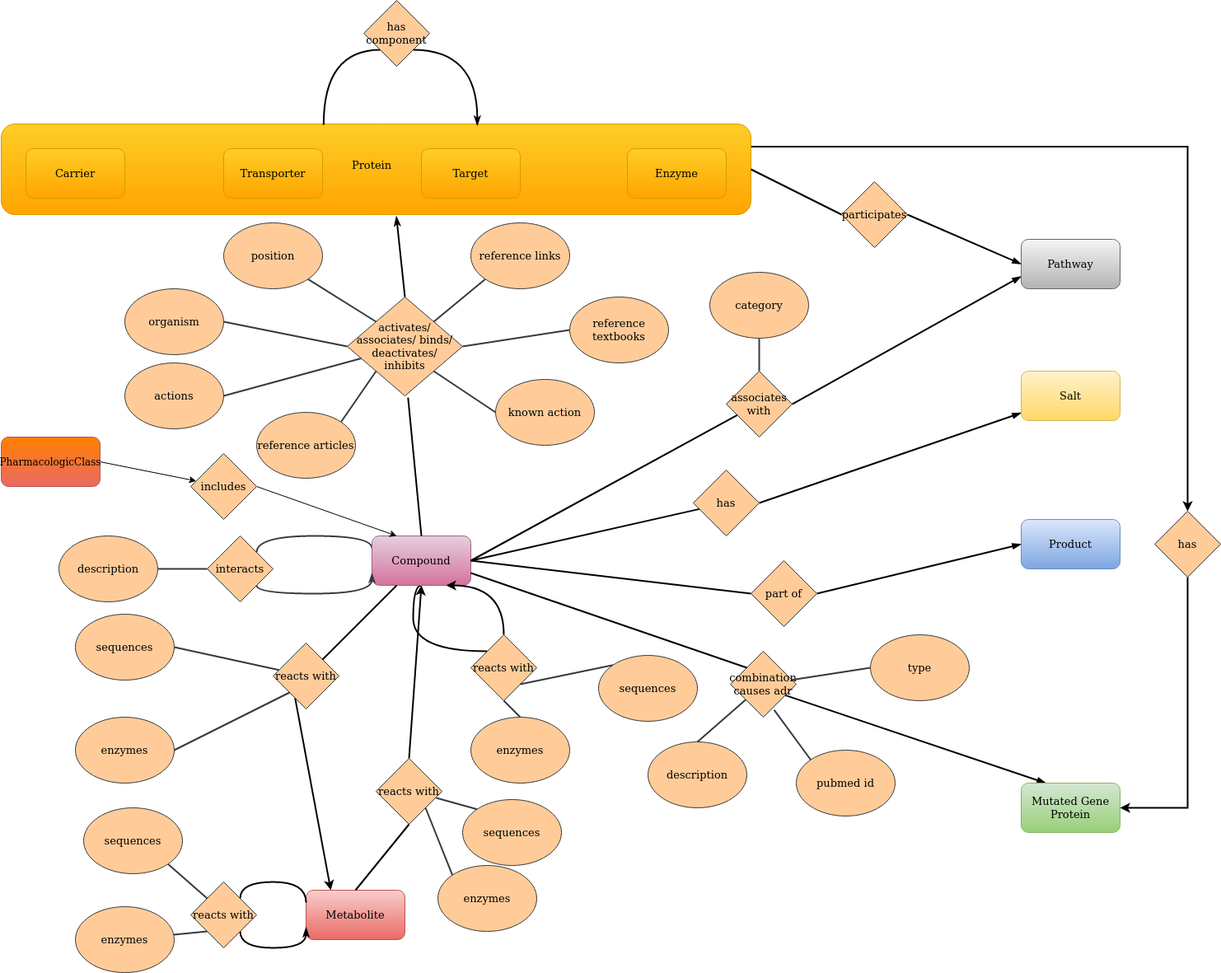
ckoenigs/PharMeBINet keeps this draw.io diagram as import_into_Neo4j/drugbank/picture/drugbank_er_rela.png. Above is the earlier version. Source tidied: cells renumbered, new cells last; positions are measured from the earlier drawing's top-left corner, leaving out a move shared by most shapes.
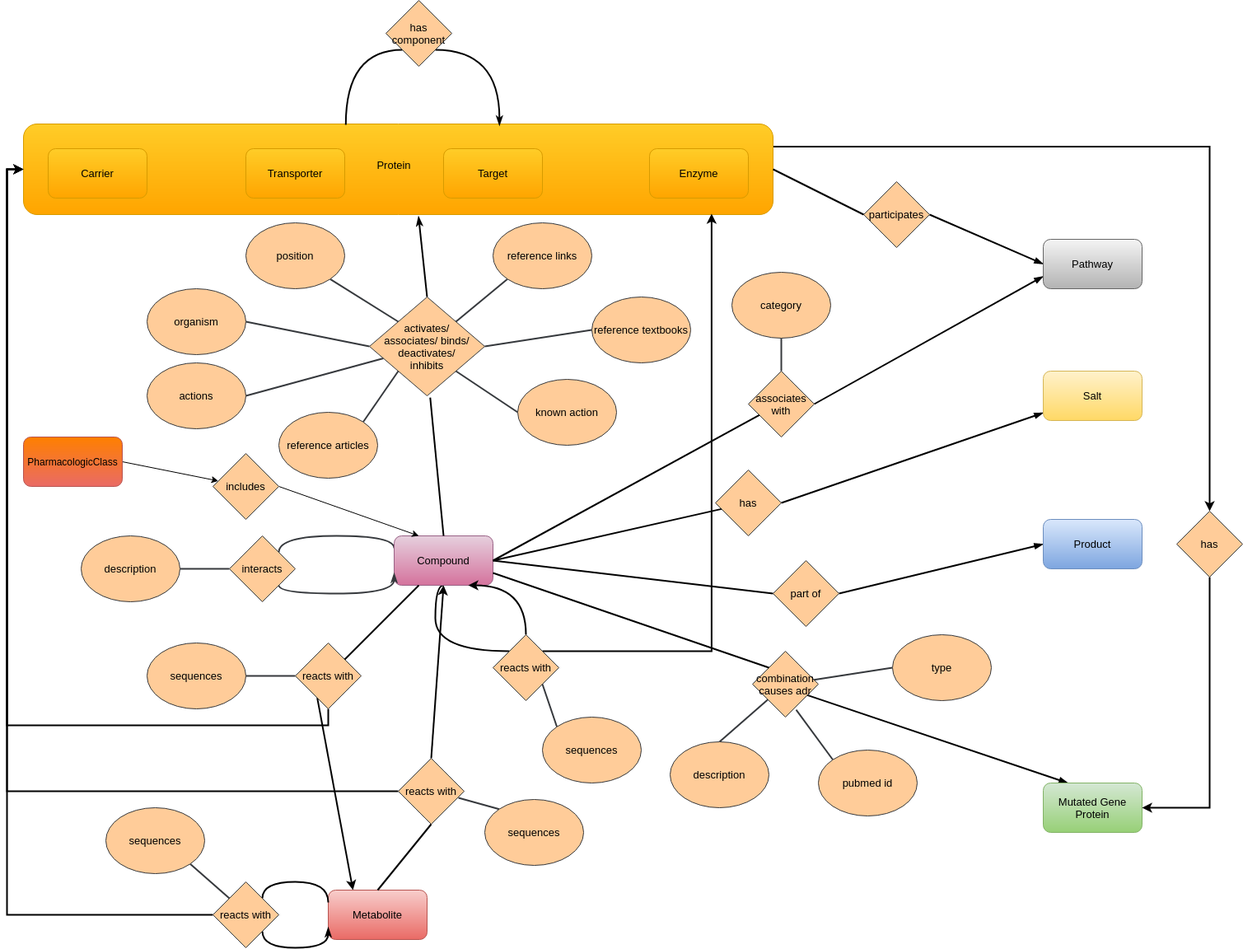
After the change.

Commit message:
update drugbank figure

Change to the diagram source:
```diff
@@ -235,12 +235,24 @@
     <mxCell id="71" value="description" style="ellipse;whiteSpace=wrap;html=1;strokeColor=#36393d;fillColor=#ffcc99;fontSize=13;" parent="1" vertex="1">
       <mxGeometry x="70" y="650" width="120" height="80" as="geometry" />
     </mxCell>
+    <mxCell id="103" style="edgeStyle=orthogonalEdgeStyle;rounded=0;jettySize=auto;html=1;exitX=0.5;exitY=1;exitDx=0;exitDy=0;entryX=0;entryY=0.5;entryDx=0;entryDy=0;strokeWidth=2;" parent="1" edge="1" source="72" target="3">
+      <mxGeometry relative="1" as="geometry">
+        <Array as="points">
+          <mxPoint x="370" y="880" />
+          <mxPoint x="-20" y="880" />
+          <mxPoint x="-20" y="205" />
+        </Array>
+      </mxGeometry>
+    </mxCell>
     <mxCell id="72" value="reacts with" style="rhombus;whiteSpace=wrap;html=1;strokeColor=#36393d;fillColor=#ffcc99;fontSize=13;" parent="1" vertex="1">
       <mxGeometry x="330" y="780" width="80" height="80" as="geometry" />
     </mxCell>
     <mxCell id="73" style="rounded=0;html=1;exitX=0.25;exitY=1;entryX=1;entryY=0;startArrow=none;startFill=0;endArrow=none;endFill=0;jettySize=auto;strokeColor=#000000;strokeWidth=2;fontSize=13;" parent="1" edge="1" source="12" target="72">
       <mxGeometry relative="1" as="geometry" />
     </mxCell>
+    <mxCell id="104" style="edgeStyle=orthogonalEdgeStyle;rounded=0;jettySize=auto;html=1;exitX=0;exitY=0.5;exitDx=0;exitDy=0;entryX=0;entryY=0.5;entryDx=0;entryDy=0;strokeWidth=2;" parent="1" edge="1" source="74" target="3">
+      <mxGeometry relative="1" as="geometry" />
+    </mxCell>
     <mxCell id="74" value="reacts with" style="rhombus;whiteSpace=wrap;html=1;strokeColor=#36393d;fillColor=#ffcc99;fontSize=13;" parent="1" vertex="1">
       <mxGeometry x="455" y="920" width="80" height="80" as="geometry" />
     </mxCell>
@@ -263,6 +275,14 @@
         </Array>
       </mxGeometry>
     </mxCell>
+    <mxCell id="105" style="edgeStyle=orthogonalEdgeStyle;rounded=0;jettySize=auto;html=1;exitX=0;exitY=0.5;exitDx=0;exitDy=0;entryX=0;entryY=0.5;entryDx=0;entryDy=0;strokeWidth=2;" parent="1" edge="1" source="78" target="3">
+      <mxGeometry relative="1" as="geometry">
+        <Array as="points">
+          <mxPoint x="-20" y="1110" />
+          <mxPoint x="-20" y="205" />
+        </Array>
+      </mxGeometry>
+    </mxCell>
     <mxCell id="78" value="reacts with" style="rhombus;whiteSpace=wrap;html=1;strokeColor=#36393d;fillColor=#ffcc99;fontSize=13;" parent="1" vertex="1">
       <mxGeometry x="230" y="1070" width="80" height="80" as="geometry" />
     </mxCell>
@@ -273,6 +293,13 @@
         </Array>
       </mxGeometry>
     </mxCell>
+    <mxCell id="106" style="edgeStyle=orthogonalEdgeStyle;rounded=0;jettySize=auto;html=1;exitX=1;exitY=0;exitDx=0;exitDy=0;entryX=0.918;entryY=0.991;entryDx=0;entryDy=0;entryPerimeter=0;strokeWidth=2;" parent="1" edge="1" source="80" target="3">
+      <mxGeometry relative="1" as="geometry">
+        <Array as="points">
+          <mxPoint x="835" y="790" />
+        </Array>
+      </mxGeometry>
+    </mxCell>
     <mxCell id="80" value="reacts with" style="rhombus;whiteSpace=wrap;html=1;strokeColor=#36393d;fillColor=#ffcc99;fontSize=13;" parent="1" vertex="1">
       <mxGeometry x="570" y="770" width="80" height="80" as="geometry" />
     </mxCell>
@@ -280,50 +307,26 @@
       <mxGeometry relative="1" as="geometry" />
     </mxCell>
     <mxCell id="82" value="sequences" style="ellipse;whiteSpace=wrap;html=1;strokeColor=#36393d;fillColor=#ffcc99;fontSize=13;" parent="1" vertex="1">
-      <mxGeometry x="725" y="795" width="120" height="80" as="geometry" />
+      <mxGeometry x="630" y="870" width="120" height="80" as="geometry" />
     </mxCell>
-    <mxCell id="83" style="rounded=0;html=1;exitX=0.5;exitY=0;entryX=0.5;entryY=1;startArrow=none;startFill=0;endArrow=none;endFill=0;jettySize=auto;strokeColor=#36393d;strokeWidth=2;fontSize=13;fillColor=#ffcc99;" parent="1" edge="1" source="84" target="80">
-      <mxGeometry relative="1" as="geometry" />
-    </mxCell>
-    <mxCell id="84" value="enzymes" style="ellipse;whiteSpace=wrap;html=1;strokeColor=#36393d;fillColor=#ffcc99;fontSize=13;" parent="1" vertex="1">
-      <mxGeometry x="570" y="870" width="120" height="80" as="geometry" />
-    </mxCell>
     <mxCell id="85" style="rounded=0;html=1;exitX=0;exitY=0;entryX=0.913;entryY=0.6;entryPerimeter=0;startArrow=none;startFill=0;endArrow=none;endFill=0;jettySize=auto;strokeColor=#36393d;strokeWidth=2;fontSize=13;fillColor=#ffcc99;" parent="1" edge="1" source="86" target="74">
       <mxGeometry relative="1" as="geometry" />
     </mxCell>
     <mxCell id="86" value="sequences" style="ellipse;whiteSpace=wrap;html=1;strokeColor=#36393d;fillColor=#ffcc99;fontSize=13;" parent="1" vertex="1">
       <mxGeometry x="560" y="970" width="120" height="80" as="geometry" />
     </mxCell>
-    <mxCell id="87" style="rounded=0;html=1;exitX=0;exitY=0;entryX=1;entryY=1;startArrow=none;startFill=0;endArrow=none;endFill=0;jettySize=auto;strokeColor=#36393d;strokeWidth=2;fontSize=13;fillColor=#ffcc99;" parent="1" edge="1" source="88" target="74">
-      <mxGeometry relative="1" as="geometry" />
-    </mxCell>
-    <mxCell id="88" value="enzymes" style="ellipse;whiteSpace=wrap;html=1;strokeColor=#36393d;fillColor=#ffcc99;fontSize=13;" parent="1" vertex="1">
-      <mxGeometry x="530" y="1050" width="120" height="80" as="geometry" />
-    </mxCell>
     <mxCell id="89" style="rounded=0;html=1;exitX=1;exitY=0.5;startArrow=none;startFill=0;endArrow=none;endFill=0;jettySize=auto;strokeColor=#36393d;strokeWidth=2;fontSize=13;fillColor=#ffcc99;" parent="1" edge="1" source="90" target="72">
       <mxGeometry relative="1" as="geometry" />
     </mxCell>
     <mxCell id="90" value="sequences" style="ellipse;whiteSpace=wrap;html=1;strokeColor=#36393d;fillColor=#ffcc99;fontSize=13;" parent="1" vertex="1">
-      <mxGeometry x="90" y="745" width="120" height="80" as="geometry" />
+      <mxGeometry x="150" y="780" width="120" height="80" as="geometry" />
     </mxCell>
-    <mxCell id="91" style="rounded=0;html=1;exitX=1;exitY=0.5;entryX=0;entryY=1;startArrow=none;startFill=0;endArrow=none;endFill=0;jettySize=auto;strokeColor=#36393d;strokeWidth=2;fontSize=13;fillColor=#ffcc99;" parent="1" edge="1" source="92" target="72">
-      <mxGeometry relative="1" as="geometry" />
-    </mxCell>
-    <mxCell id="92" value="enzymes" style="ellipse;whiteSpace=wrap;html=1;strokeColor=#36393d;fillColor=#ffcc99;fontSize=13;" parent="1" vertex="1">
-      <mxGeometry x="90" y="870" width="120" height="80" as="geometry" />
-    </mxCell>
     <mxCell id="93" style="rounded=0;html=1;exitX=1;exitY=1;entryX=0;entryY=0;startArrow=none;startFill=0;endArrow=none;endFill=0;jettySize=auto;strokeColor=#36393d;strokeWidth=2;fontSize=13;fillColor=#ffcc99;" parent="1" edge="1" source="94" target="78">
       <mxGeometry relative="1" as="geometry" />
     </mxCell>
     <mxCell id="94" value="sequences" style="ellipse;whiteSpace=wrap;html=1;strokeColor=#36393d;fillColor=#ffcc99;fontSize=13;" parent="1" vertex="1">
       <mxGeometry x="100" y="980" width="120" height="80" as="geometry" />
     </mxCell>
-    <mxCell id="95" style="rounded=0;html=1;entryX=0;entryY=1;startArrow=none;startFill=0;endArrow=none;endFill=0;jettySize=auto;strokeColor=#36393d;strokeWidth=2;fontSize=13;fillColor=#ffcc99;" parent="1" edge="1" source="96" target="78">
-      <mxGeometry relative="1" as="geometry" />
-    </mxCell>
-    <mxCell id="96" value="enzymes" style="ellipse;whiteSpace=wrap;html=1;strokeColor=#36393d;fillColor=#ffcc99;fontSize=13;" parent="1" vertex="1">
-      <mxGeometry x="90" y="1100" width="120" height="80" as="geometry" />
-    </mxCell>
     <mxCell id="97" style="rounded=0;jettySize=auto;html=1;exitX=1;exitY=0.5;exitDx=0;exitDy=0;" parent="1" edge="1" source="98" target="100">
       <mxGeometry relative="1" as="geometry" />
     </mxCell>
```
